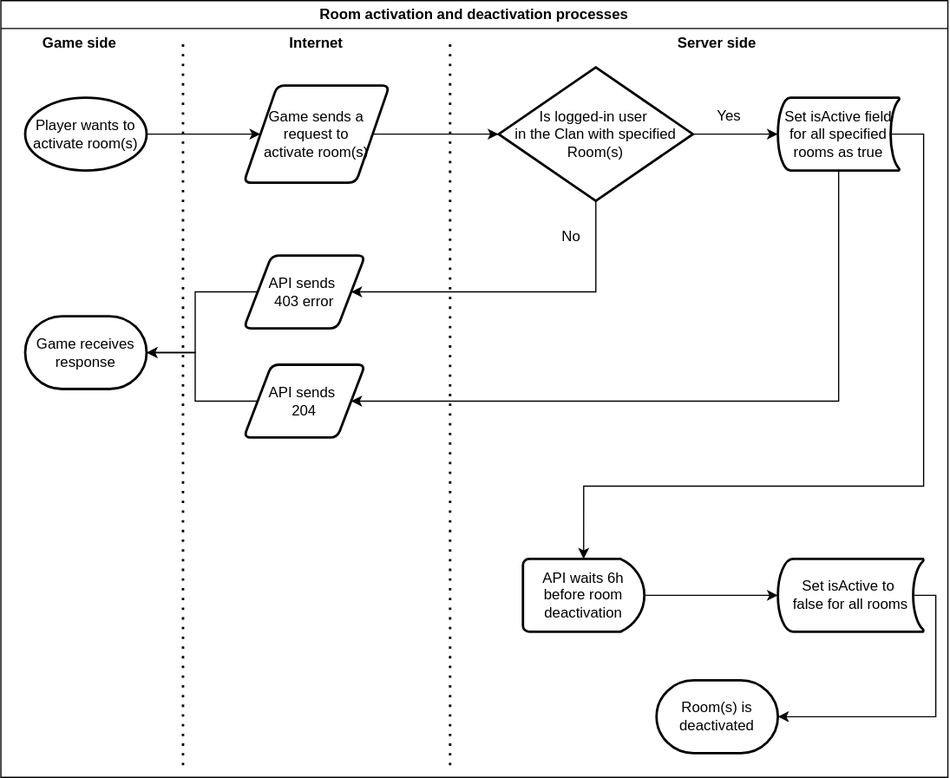
Earlier version of the draw.io export doc/img/room_activation/room_activation.svg (Alt-Org/Altzone-Server). Source tidied: cells renumbered, new cells last; positions are measured from the earlier drawing's top-left corner, leaving out a move shared by most shapes.
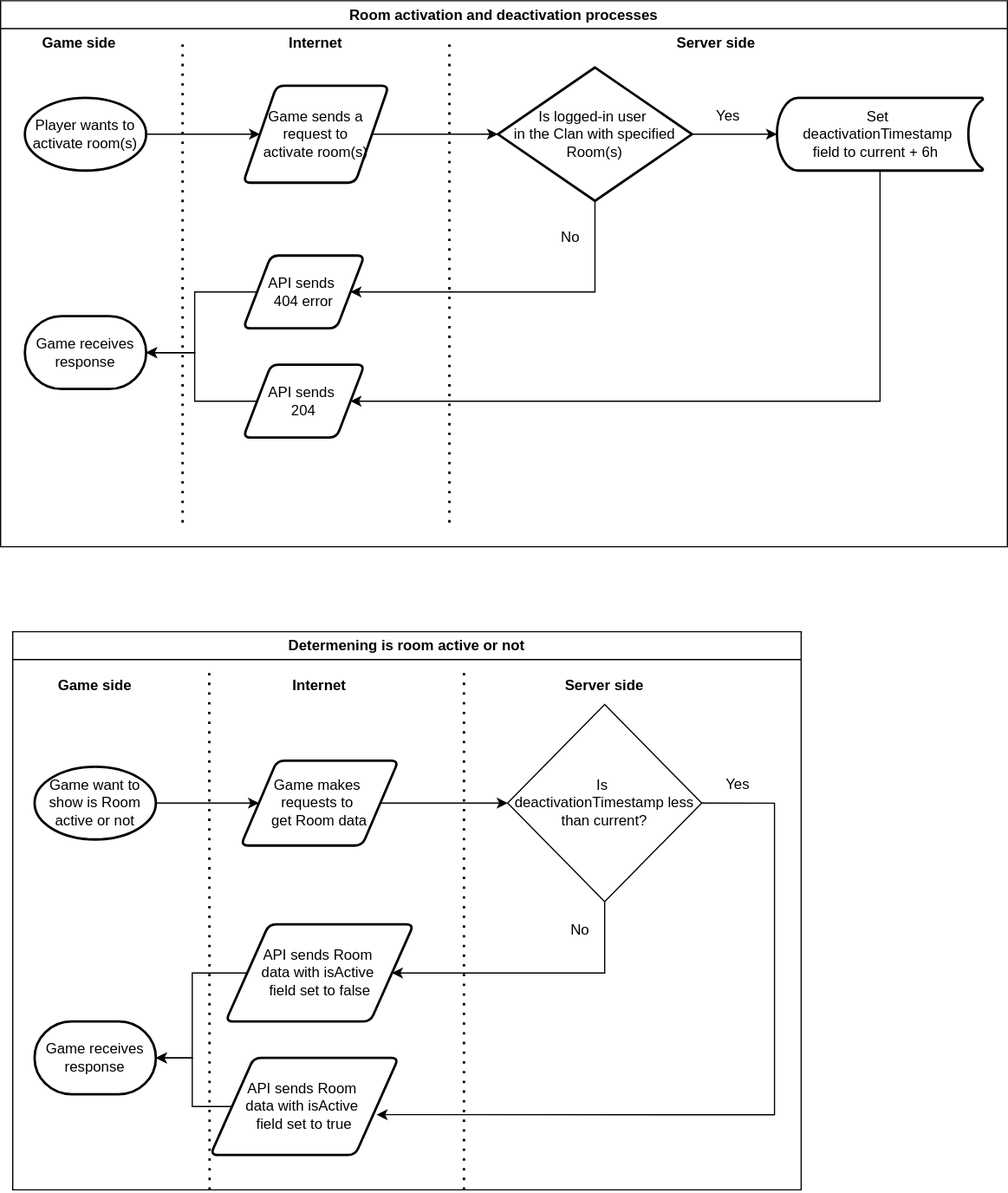
After the commit.

Commit message:
update room activation diagrams

What changed in the source:
```diff
@@ -2,114 +2,176 @@
   <root>
     <mxCell id="0" />
     <mxCell id="1" parent="0" />
+    <mxCell id="30" style="group;" parent="1" vertex="1">
+      <mxGeometry width="830" height="450" as="geometry" />
+    </mxCell>
-    <mxCell id="2" style="edgeStyle=orthogonalEdgeStyle;rounded=0;jettySize=auto;html=1;entryX=0;entryY=0.5;entryDx=0;entryDy=0;" parent="1" edge="1" source="3" target="14">
+    <mxCell id="2" style="edgeStyle=orthogonalEdgeStyle;rounded=0;jettySize=auto;html=1;entryX=0;entryY=0.5;entryDx=0;entryDy=0;" parent="30" edge="1" source="3" target="14">
       <mxGeometry relative="1" as="geometry" />
     </mxCell>
-    <mxCell id="3" value="Player wants to activate room(s)" style="strokeWidth=2;html=1;shape=mxgraph.flowchart.start_1;whiteSpace=wrap;" parent="1" vertex="1">
+    <mxCell id="3" value="Player wants to activate room(s)" style="strokeWidth=2;html=1;shape=mxgraph.flowchart.start_1;whiteSpace=wrap;" parent="30" vertex="1">
       <mxGeometry x="20" y="80" width="100" height="60" as="geometry" />
     </mxCell>
-    <mxCell id="4" style="edgeStyle=orthogonalEdgeStyle;rounded=0;jettySize=auto;html=1;exitX=1;exitY=0.5;exitDx=0;exitDy=0;" parent="1" edge="1" source="14" target="6">
+    <mxCell id="4" style="edgeStyle=orthogonalEdgeStyle;rounded=0;jettySize=auto;html=1;exitX=1;exitY=0.5;exitDx=0;exitDy=0;" parent="30" edge="1" source="14" target="6">
       <mxGeometry relative="1" as="geometry" />
     </mxCell>
-    <mxCell id="5" style="edgeStyle=orthogonalEdgeStyle;rounded=0;jettySize=auto;html=1;" parent="1" edge="1" source="6" target="13">
+    <mxCell id="5" style="edgeStyle=orthogonalEdgeStyle;rounded=0;jettySize=auto;html=1;" parent="30" edge="1" source="6" target="13">
       <mxGeometry relative="1" as="geometry">
         <Array as="points">
           <mxPoint x="490" y="240" />
         </Array>
       </mxGeometry>
     </mxCell>
-    <mxCell id="6" value="Is logged-in user&amp;nbsp;&lt;div&gt;in the Clan with specified Room(s)&lt;/div&gt;" style="rhombus;whiteSpace=wrap;html=1;strokeWidth=2;" parent="1" vertex="1">
+    <mxCell id="6" value="Is logged-in user&amp;nbsp;&lt;div&gt;in the Clan with specified Room(s)&lt;/div&gt;" style="rhombus;whiteSpace=wrap;html=1;strokeWidth=2;" parent="30" vertex="1">
       <mxGeometry x="410" y="55" width="160" height="110" as="geometry" />
     </mxCell>
-    <mxCell id="7" value="No" style="text;html=1;align=center;verticalAlign=middle;whiteSpace=wrap;rounded=0;" parent="1" vertex="1">
+    <mxCell id="7" value="No" style="text;html=1;align=center;verticalAlign=middle;whiteSpace=wrap;rounded=0;" parent="30" vertex="1">
       <mxGeometry x="440" y="180" width="60" height="30" as="geometry" />
     </mxCell>
-    <mxCell id="8" style="edgeStyle=orthogonalEdgeStyle;rounded=0;jettySize=auto;html=1;entryX=1;entryY=0.5;entryDx=0;entryDy=0;" parent="1" edge="1" source="9" target="12">
+    <mxCell id="8" style="edgeStyle=orthogonalEdgeStyle;rounded=0;jettySize=auto;html=1;entryX=1;entryY=0.5;entryDx=0;entryDy=0;exitX=0.5;exitY=1;exitDx=0;exitDy=0;exitPerimeter=0;" parent="30" edge="1" source="9" target="12">
       <mxGeometry relative="1" as="geometry">
         <Array as="points">
-          <mxPoint x="690" y="330" />
+          <mxPoint x="725" y="330" />
         </Array>
       </mxGeometry>
     </mxCell>
-    <mxCell id="9" value="Set isActive field for all specified rooms as true" style="strokeWidth=2;html=1;shape=mxgraph.flowchart.stored_data;whiteSpace=wrap;" parent="1" vertex="1">
-      <mxGeometry x="640" y="80" width="100" height="60" as="geometry" />
+    <mxCell id="9" value="Set&amp;nbsp;&lt;div&gt;deactivationTimestamp&amp;nbsp;&lt;/div&gt;&lt;div&gt;field to current + 6h&amp;nbsp;&amp;nbsp;&lt;/div&gt;" style="strokeWidth=2;html=1;shape=mxgraph.flowchart.stored_data;whiteSpace=wrap;" parent="30" vertex="1">
+      <mxGeometry x="640" y="80" width="170" height="60" as="geometry" />
     </mxCell>
-    <mxCell id="10" style="edgeStyle=orthogonalEdgeStyle;rounded=0;jettySize=auto;html=1;entryX=0;entryY=0.5;entryDx=0;entryDy=0;entryPerimeter=0;" parent="1" edge="1" source="6" target="9">
+    <mxCell id="10" style="edgeStyle=orthogonalEdgeStyle;rounded=0;jettySize=auto;html=1;entryX=0;entryY=0.5;entryDx=0;entryDy=0;entryPerimeter=0;" parent="30" edge="1" source="6" target="9">
       <mxGeometry relative="1" as="geometry" />
     </mxCell>
-    <mxCell id="11" value="Yes" style="text;html=1;align=center;verticalAlign=middle;whiteSpace=wrap;rounded=0;" parent="1" vertex="1">
+    <mxCell id="11" value="Yes" style="text;html=1;align=center;verticalAlign=middle;whiteSpace=wrap;rounded=0;" parent="30" vertex="1">
       <mxGeometry x="570" y="80" width="60" height="30" as="geometry" />
     </mxCell>
-    <mxCell id="12" value="API sends&amp;nbsp;&lt;div&gt;204&lt;/div&gt;" style="shape=parallelogram;html=1;strokeWidth=2;perimeter=parallelogramPerimeter;whiteSpace=wrap;rounded=1;arcSize=12;size=0.23;" parent="1" vertex="1">
+    <mxCell id="12" value="API sends&amp;nbsp;&lt;div&gt;204&lt;/div&gt;" style="shape=parallelogram;html=1;strokeWidth=2;perimeter=parallelogramPerimeter;whiteSpace=wrap;rounded=1;arcSize=12;size=0.23;" parent="30" vertex="1">
       <mxGeometry x="200" y="300" width="100" height="60" as="geometry" />
     </mxCell>
-    <mxCell id="13" value="API sends&amp;nbsp;&lt;div&gt;403 error&lt;/div&gt;" style="shape=parallelogram;html=1;strokeWidth=2;perimeter=parallelogramPerimeter;whiteSpace=wrap;rounded=1;arcSize=12;size=0.23;" parent="1" vertex="1">
+    <mxCell id="13" value="API sends&amp;nbsp;&lt;div&gt;404 error&lt;/div&gt;" style="shape=parallelogram;html=1;strokeWidth=2;perimeter=parallelogramPerimeter;whiteSpace=wrap;rounded=1;arcSize=12;size=0.23;" parent="30" vertex="1">
       <mxGeometry x="200" y="210" width="100" height="60" as="geometry" />
     </mxCell>
-    <mxCell id="14" value="Game sends a request to&lt;div&gt;activate room(s)&lt;/div&gt;" style="shape=parallelogram;html=1;strokeWidth=2;perimeter=parallelogramPerimeter;whiteSpace=wrap;rounded=1;arcSize=12;size=0.23;" parent="1" vertex="1">
+    <mxCell id="14" value="Game sends a request to&lt;div&gt;activate room(s)&lt;/div&gt;" style="shape=parallelogram;html=1;strokeWidth=2;perimeter=parallelogramPerimeter;whiteSpace=wrap;rounded=1;arcSize=12;size=0.23;" parent="30" vertex="1">
       <mxGeometry x="200" y="70" width="120" height="80" as="geometry" />
     </mxCell>
-    <mxCell id="15" value="API waits 6h before room deactivation" style="strokeWidth=2;html=1;shape=mxgraph.flowchart.delay;whiteSpace=wrap;" parent="1" vertex="1">
-      <mxGeometry x="430" y="460" width="100" height="60" as="geometry" />
-    </mxCell>
-    <mxCell id="16" value="Game receives response" style="strokeWidth=2;html=1;shape=mxgraph.flowchart.terminator;whiteSpace=wrap;" parent="1" vertex="1">
+    <mxCell id="16" value="Game receives response" style="strokeWidth=2;html=1;shape=mxgraph.flowchart.terminator;whiteSpace=wrap;" parent="30" vertex="1">
       <mxGeometry x="20" y="260" width="100" height="60" as="geometry" />
     </mxCell>
-    <mxCell id="17" style="edgeStyle=orthogonalEdgeStyle;rounded=0;jettySize=auto;html=1;exitX=0;exitY=0.5;exitDx=0;exitDy=0;entryX=1;entryY=0.5;entryDx=0;entryDy=0;entryPerimeter=0;" parent="1" edge="1" source="13" target="16">
+    <mxCell id="17" style="edgeStyle=orthogonalEdgeStyle;rounded=0;jettySize=auto;html=1;exitX=0;exitY=0.5;exitDx=0;exitDy=0;entryX=1;entryY=0.5;entryDx=0;entryDy=0;entryPerimeter=0;" parent="30" edge="1" source="13" target="16">
       <mxGeometry relative="1" as="geometry" />
     </mxCell>
-    <mxCell id="18" style="edgeStyle=orthogonalEdgeStyle;rounded=0;jettySize=auto;html=1;exitX=0;exitY=0.5;exitDx=0;exitDy=0;entryX=1;entryY=0.5;entryDx=0;entryDy=0;entryPerimeter=0;" parent="1" edge="1" source="12" target="16">
+    <mxCell id="18" style="edgeStyle=orthogonalEdgeStyle;rounded=0;jettySize=auto;html=1;exitX=0;exitY=0.5;exitDx=0;exitDy=0;entryX=1;entryY=0.5;entryDx=0;entryDy=0;entryPerimeter=0;" parent="30" edge="1" source="12" target="16">
       <mxGeometry relative="1" as="geometry" />
     </mxCell>
-    <mxCell id="19" style="edgeStyle=orthogonalEdgeStyle;rounded=0;jettySize=auto;html=1;exitX=0.93;exitY=0.5;exitDx=0;exitDy=0;exitPerimeter=0;entryX=0.5;entryY=0;entryDx=0;entryDy=0;entryPerimeter=0;" parent="1" edge="1" source="9" target="15">
-      <mxGeometry relative="1" as="geometry">
-        <Array as="points">
-          <mxPoint x="760" y="110" />
-          <mxPoint x="760" y="400" />
-          <mxPoint x="480" y="400" />
-        </Array>
-      </mxGeometry>
-    </mxCell>
-    <mxCell id="20" value="Set isActive to&amp;nbsp;&lt;div&gt;false for all rooms&lt;/div&gt;" style="strokeWidth=2;html=1;shape=mxgraph.flowchart.stored_data;whiteSpace=wrap;" parent="1" vertex="1">
-      <mxGeometry x="640" y="460" width="120" height="60" as="geometry" />
-    </mxCell>
-    <mxCell id="21" style="edgeStyle=orthogonalEdgeStyle;rounded=0;jettySize=auto;html=1;exitX=1;exitY=0.5;exitDx=0;exitDy=0;exitPerimeter=0;entryX=0;entryY=0.5;entryDx=0;entryDy=0;entryPerimeter=0;" parent="1" edge="1" source="15" target="20">
-      <mxGeometry relative="1" as="geometry" />
-    </mxCell>
-    <mxCell id="22" value="Room(s) is deactivated" style="strokeWidth=2;html=1;shape=mxgraph.flowchart.terminator;whiteSpace=wrap;" parent="1" vertex="1">
-      <mxGeometry x="540" y="560" width="100" height="60" as="geometry" />
-    </mxCell>
-    <mxCell id="23" style="edgeStyle=orthogonalEdgeStyle;rounded=0;jettySize=auto;html=1;exitX=0.93;exitY=0.5;exitDx=0;exitDy=0;exitPerimeter=0;entryX=1;entryY=0.5;entryDx=0;entryDy=0;entryPerimeter=0;" parent="1" edge="1" source="20" target="22">
-      <mxGeometry relative="1" as="geometry">
-        <Array as="points">
-          <mxPoint x="770" y="490" />
-          <mxPoint x="770" y="590" />
-        </Array>
-      </mxGeometry>
-    </mxCell>
-    <mxCell id="24" style="endArrow=none;dashed=1;html=1;dashPattern=1 3;strokeWidth=2;rounded=0;" parent="1" edge="1">
+    <mxCell id="24" style="endArrow=none;dashed=1;html=1;dashPattern=1 3;strokeWidth=2;rounded=0;" parent="30" edge="1">
       <mxGeometry relative="1" as="geometry">
-        <mxPoint x="150" y="630" as="sourcePoint" />
+        <mxPoint x="150" y="430" as="sourcePoint" />
         <mxPoint x="150" y="30" as="targetPoint" />
       </mxGeometry>
     </mxCell>
-    <mxCell id="25" style="endArrow=none;dashed=1;html=1;dashPattern=1 3;strokeWidth=2;rounded=0;" parent="1" edge="1">
+    <mxCell id="25" style="endArrow=none;dashed=1;html=1;dashPattern=1 3;strokeWidth=2;rounded=0;" parent="30" edge="1">
       <mxGeometry relative="1" as="geometry">
-        <mxPoint x="370" y="630" as="sourcePoint" />
+        <mxPoint x="370" y="430" as="sourcePoint" />
         <mxPoint x="370" y="30" as="targetPoint" />
       </mxGeometry>
     </mxCell>
-    <mxCell id="26" value="&lt;b&gt;Game side&lt;/b&gt;" style="text;html=1;align=center;verticalAlign=middle;whiteSpace=wrap;rounded=0;" parent="1" vertex="1">
+    <mxCell id="26" value="&lt;b&gt;Game side&lt;/b&gt;" style="text;html=1;align=center;verticalAlign=middle;whiteSpace=wrap;rounded=0;" parent="30" vertex="1">
       <mxGeometry x="30" y="20" width="70" height="30" as="geometry" />
     </mxCell>
-    <mxCell id="27" value="&lt;b&gt;Server side&lt;/b&gt;" style="text;html=1;align=center;verticalAlign=middle;whiteSpace=wrap;rounded=0;" parent="1" vertex="1">
+    <mxCell id="27" value="&lt;b&gt;Server side&lt;/b&gt;" style="text;html=1;align=center;verticalAlign=middle;whiteSpace=wrap;rounded=0;" parent="30" vertex="1">
       <mxGeometry x="555" y="20" width="70" height="30" as="geometry" />
     </mxCell>
-    <mxCell id="28" value="&lt;b&gt;Internet&lt;/b&gt;" style="text;html=1;align=center;verticalAlign=middle;whiteSpace=wrap;rounded=0;" parent="1" vertex="1">
+    <mxCell id="28" value="&lt;b&gt;Internet&lt;/b&gt;" style="text;html=1;align=center;verticalAlign=middle;whiteSpace=wrap;rounded=0;" parent="30" vertex="1">
       <mxGeometry x="225" y="20" width="70" height="30" as="geometry" />
     </mxCell>
-    <mxCell id="29" value="Room activation and deactivation processes" style="swimlane;whiteSpace=wrap;html=1;startSize=23;" parent="1" vertex="1">
-      <mxGeometry width="780" height="640" as="geometry" />
+    <mxCell id="29" value="Room activation and deactivation processes" style="swimlane;whiteSpace=wrap;html=1;startSize=23;" parent="30" vertex="1">
+      <mxGeometry width="830" height="450" as="geometry" />
     </mxCell>
+    <mxCell id="31" style="group;" parent="1" vertex="1">
+      <mxGeometry x="10" y="520" width="650" height="460" as="geometry" />
+    </mxCell>
+    <mxCell id="32" style="edgeStyle=orthogonalEdgeStyle;rounded=0;jettySize=auto;html=1;exitX=1;exitY=0.5;exitDx=0;exitDy=0;exitPerimeter=0;" parent="31" edge="1" source="33" target="35">
+      <mxGeometry relative="1" as="geometry" />
+    </mxCell>
+    <mxCell id="33" value="Game want to show is Room active or not" style="strokeWidth=2;html=1;shape=mxgraph.flowchart.start_1;whiteSpace=wrap;" parent="31" vertex="1">
+      <mxGeometry x="18" y="111.2" width="100" height="60" as="geometry" />
+    </mxCell>
+    <mxCell id="34" style="edgeStyle=orthogonalEdgeStyle;rounded=0;jettySize=auto;html=1;exitX=1;exitY=0.5;exitDx=0;exitDy=0;entryX=0;entryY=0.5;entryDx=0;entryDy=0;" parent="31" edge="1" source="35" target="37">
+      <mxGeometry relative="1" as="geometry" />
+    </mxCell>
+    <mxCell id="35" value="Game makes&amp;nbsp;&lt;div&gt;requests to&amp;nbsp;&lt;/div&gt;&lt;div&gt;get Room data&lt;/div&gt;" style="shape=parallelogram;html=1;strokeWidth=2;perimeter=parallelogramPerimeter;whiteSpace=wrap;rounded=1;arcSize=12;size=0.23;" parent="31" vertex="1">
+      <mxGeometry x="188" y="106.2" width="130" height="70" as="geometry" />
+    </mxCell>
+    <mxCell id="36" style="edgeStyle=orthogonalEdgeStyle;rounded=0;jettySize=auto;html=1;exitX=0.5;exitY=1;exitDx=0;exitDy=0;entryX=1;entryY=0.5;entryDx=0;entryDy=0;" parent="31" edge="1" source="37" target="38">
+      <mxGeometry relative="1" as="geometry">
+        <Array as="points">
+          <mxPoint x="488" y="281.2" />
+        </Array>
+      </mxGeometry>
+    </mxCell>
+    <mxCell id="37" value="Is&amp;nbsp;&lt;div&gt;deactivationTimestamp less than current?&lt;/div&gt;" style="rhombus;whiteSpace=wrap;html=1;" parent="31" vertex="1">
+      <mxGeometry x="408" y="60" width="160" height="162.5" as="geometry" />
+    </mxCell>
+    <mxCell id="38" value="API sends Room&amp;nbsp;&lt;div&gt;data with isActive&amp;nbsp;&lt;/div&gt;&lt;div&gt;field set to false&lt;/div&gt;" style="shape=parallelogram;html=1;strokeWidth=2;perimeter=parallelogramPerimeter;whiteSpace=wrap;rounded=1;arcSize=12;size=0.23;" parent="31" vertex="1">
+      <mxGeometry x="175.5" y="241.2" width="155" height="80" as="geometry" />
+    </mxCell>
+    <mxCell id="39" style="edgeStyle=orthogonalEdgeStyle;rounded=0;jettySize=auto;html=1;" parent="31" edge="1" source="40" target="41">
+      <mxGeometry relative="1" as="geometry">
+        <Array as="points">
+          <mxPoint x="148" y="391.2" />
+          <mxPoint x="148" y="351.2" />
+        </Array>
+      </mxGeometry>
+    </mxCell>
+    <mxCell id="40" value="API sends Room&amp;nbsp;&lt;div&gt;data with isActive&amp;nbsp;&lt;/div&gt;&lt;div&gt;field set to true&lt;/div&gt;" style="shape=parallelogram;html=1;strokeWidth=2;perimeter=parallelogramPerimeter;whiteSpace=wrap;rounded=1;arcSize=12;size=0.23;" parent="31" vertex="1">
+      <mxGeometry x="163" y="351.2" width="155" height="80" as="geometry" />
+    </mxCell>
+    <mxCell id="41" value="Game receives response" style="strokeWidth=2;html=1;shape=mxgraph.flowchart.terminator;whiteSpace=wrap;" parent="31" vertex="1">
+      <mxGeometry x="18" y="321.2" width="100" height="60" as="geometry" />
+    </mxCell>
+    <mxCell id="42" style="edgeStyle=orthogonalEdgeStyle;rounded=0;jettySize=auto;html=1;exitX=1;exitY=0.5;exitDx=0;exitDy=0;entryX=0.884;entryY=0.585;entryDx=0;entryDy=0;entryPerimeter=0;" parent="31" edge="1" source="37" target="40">
+      <mxGeometry relative="1" as="geometry">
+        <Array as="points">
+          <mxPoint x="628" y="141.2" />
+          <mxPoint x="628" y="398.2" />
+        </Array>
+      </mxGeometry>
+    </mxCell>
+    <mxCell id="43" value="Yes" style="text;html=1;align=center;verticalAlign=middle;whiteSpace=wrap;rounded=0;" parent="31" vertex="1">
+      <mxGeometry x="568" y="111.2" width="60" height="30" as="geometry" />
+    </mxCell>
+    <mxCell id="44" value="No" style="text;html=1;align=center;verticalAlign=middle;whiteSpace=wrap;rounded=0;" parent="31" vertex="1">
+      <mxGeometry x="438" y="231.2" width="60" height="30" as="geometry" />
+    </mxCell>
+    <mxCell id="45" style="edgeStyle=orthogonalEdgeStyle;rounded=0;jettySize=auto;html=1;entryX=1;entryY=0.5;entryDx=0;entryDy=0;entryPerimeter=0;" parent="31" edge="1" source="38" target="41">
+      <mxGeometry relative="1" as="geometry">
+        <Array as="points">
+          <mxPoint x="148" y="281.2" />
+          <mxPoint x="148" y="351.2" />
+        </Array>
+      </mxGeometry>
+    </mxCell>
+    <mxCell id="46" style="endArrow=none;dashed=1;html=1;dashPattern=1 3;strokeWidth=2;rounded=0;" parent="31" edge="1">
+      <mxGeometry relative="1" as="geometry">
+        <mxPoint x="162.3" y="460" as="sourcePoint" />
+        <mxPoint x="162" y="31.2" as="targetPoint" />
+      </mxGeometry>
+    </mxCell>
+    <mxCell id="47" style="endArrow=none;dashed=1;html=1;dashPattern=1 3;strokeWidth=2;rounded=0;" parent="31" edge="1">
+      <mxGeometry relative="1" as="geometry">
+        <mxPoint x="372" y="460" as="sourcePoint" />
+        <mxPoint x="372" y="31.2" as="targetPoint" />
+      </mxGeometry>
+    </mxCell>
+    <mxCell id="48" value="&lt;b&gt;Game side&lt;/b&gt;" style="text;html=1;align=center;verticalAlign=middle;whiteSpace=wrap;rounded=0;" parent="31" vertex="1">
+      <mxGeometry x="33" y="30" width="70" height="30" as="geometry" />
+    </mxCell>
+    <mxCell id="49" value="&lt;b&gt;Internet&lt;/b&gt;" style="text;html=1;align=center;verticalAlign=middle;whiteSpace=wrap;rounded=0;" parent="31" vertex="1">
+      <mxGeometry x="218" y="30" width="70" height="30" as="geometry" />
+    </mxCell>
+    <mxCell id="50" value="&lt;b&gt;Server side&lt;/b&gt;" style="text;html=1;align=center;verticalAlign=middle;whiteSpace=wrap;rounded=0;" parent="31" vertex="1">
+      <mxGeometry x="453" y="30" width="70" height="30" as="geometry" />
+    </mxCell>
+    <mxCell id="51" value="Determening is room active or not" style="swimlane;whiteSpace=wrap;html=1;" parent="31" vertex="1">
+      <mxGeometry width="650" height="460" as="geometry" />
+    </mxCell>
   </root>
 </mxGraphModel>
```
